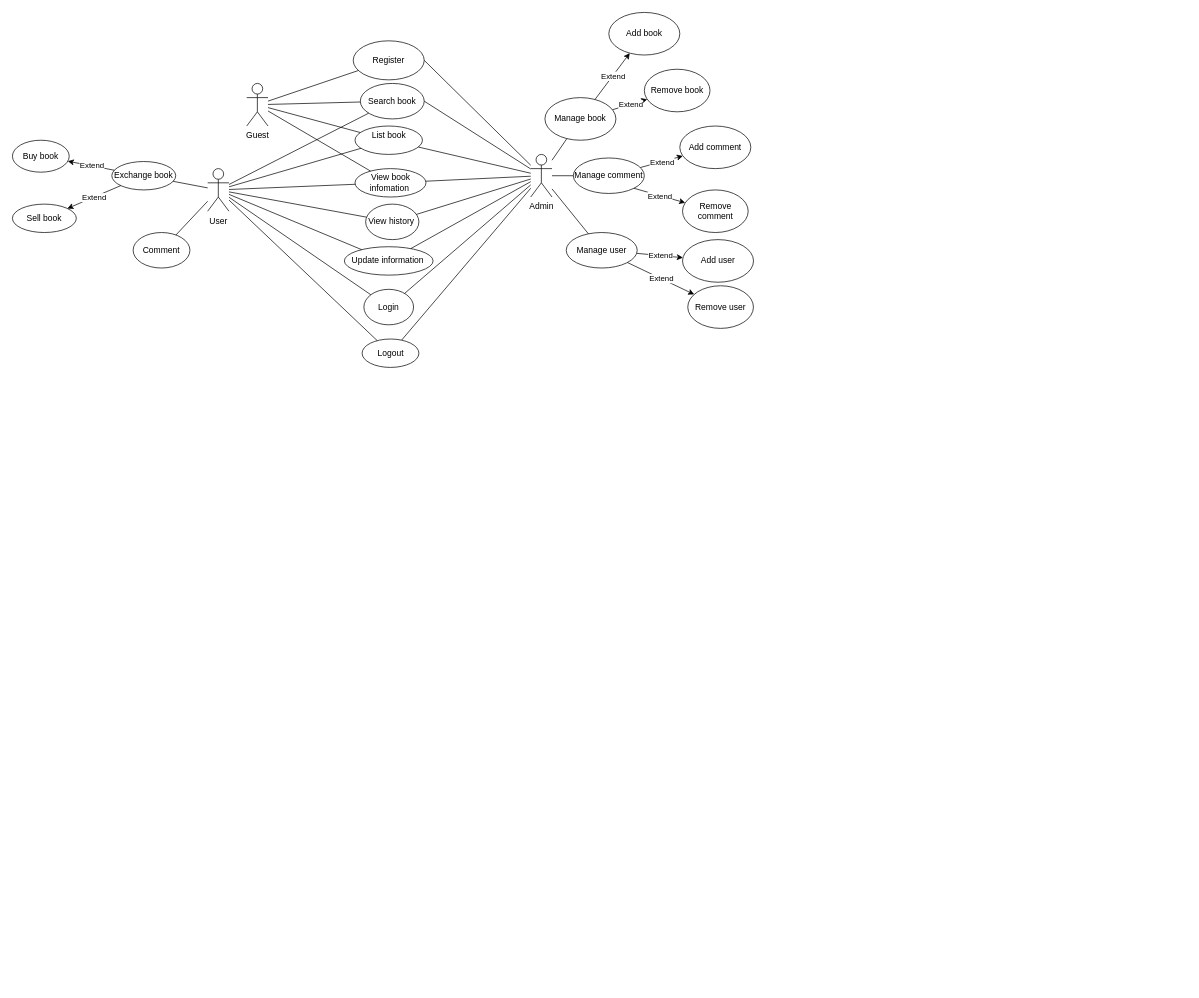
Before: Biểu đồ không có tiêu đề.drawio in huanthuytnhh/Official, a draw.io diagram. Source tidied: cells renumbered, new cells numbered last; positions are measured from the earlier drawing's top-left corner, leaving out a move shared by most shapes. Both pictures are drawn from the tidied source at 71%, with x=0, y=0 at pixel (12, 12).
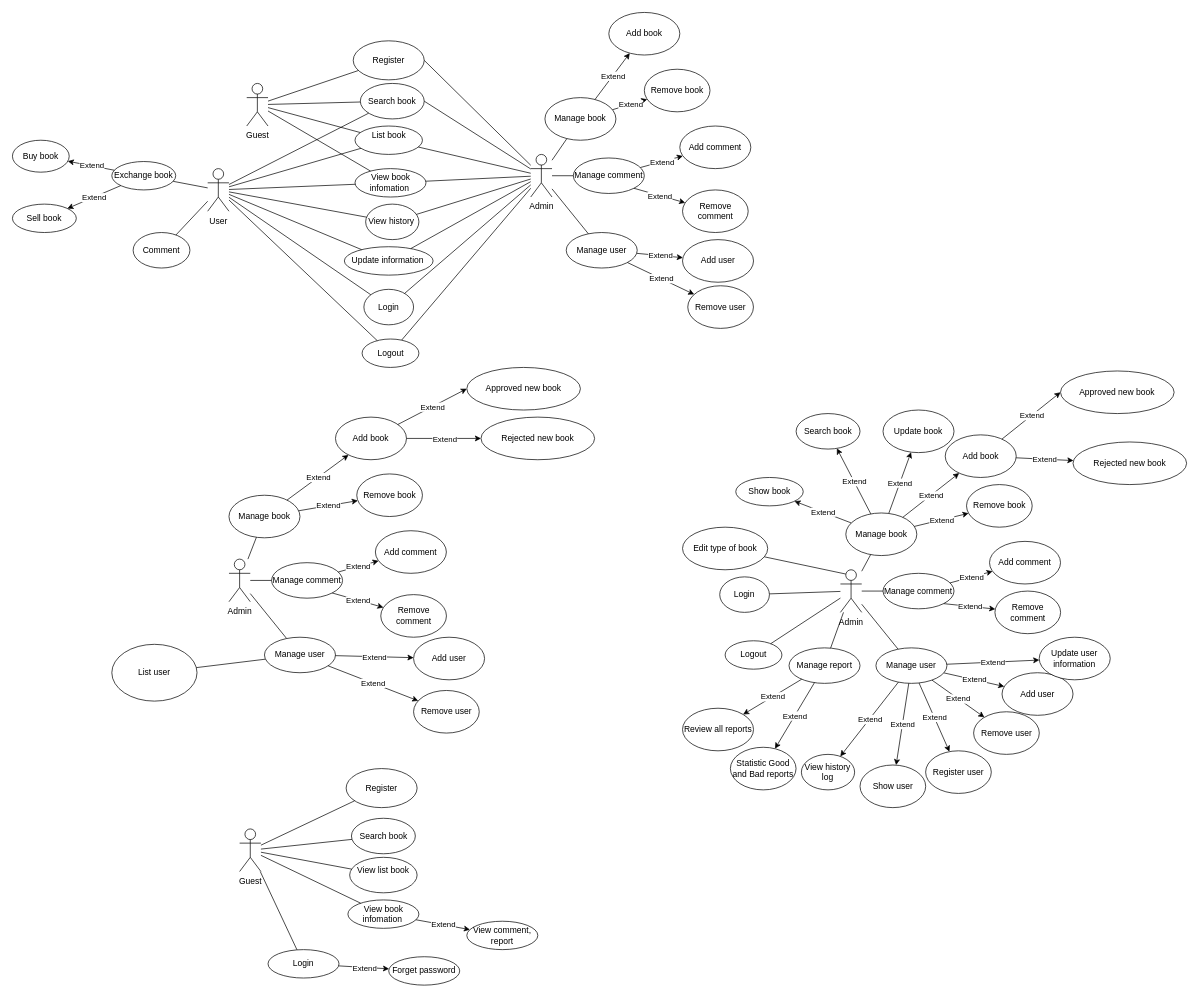
Above is the later version.

Commit message (it also covers changes not shown here):
Cập nhật Biểu đồ không có tiêu đề.drawio

The edit, as a diff of the source:
```diff
@@
+    <mxCell id="66" value="Admin&lt;div&gt;&lt;br&gt;&lt;/div&gt;" style="shape=umlActor;verticalLabelPosition=bottom;verticalAlign=top;html=1;outlineConnect=0;" parent="1" vertex="1">
+      <mxGeometry x="305" y="770" width="30" height="60" as="geometry" />
+    </mxCell>
+    <mxCell id="67" value="Manage user" style="ellipse;whiteSpace=wrap;html=1;" parent="1" vertex="1">
+      <mxGeometry x="355" y="880" width="100" height="50" as="geometry" />
+    </mxCell>
+    <mxCell id="68" value="Manage book" style="ellipse;whiteSpace=wrap;html=1;" parent="1" vertex="1">
+      <mxGeometry x="305" y="680" width="100" height="60" as="geometry" />
+    </mxCell>
+    <mxCell id="69" style="endArrow=none;html=1;rounded=0;" parent="1" edge="1" source="66" target="67">
+      <mxGeometry relative="1" as="geometry" />
+    </mxCell>
+    <mxCell id="70" value="Manage comment" style="ellipse;whiteSpace=wrap;html=1;" parent="1" vertex="1">
+      <mxGeometry x="365" y="775" width="100" height="50" as="geometry" />
+    </mxCell>
+    <mxCell id="71" style="endArrow=none;html=1;rounded=0;" parent="1" edge="1" source="70" target="66">
+      <mxGeometry relative="1" as="geometry" />
+    </mxCell>
+    <mxCell id="72" style="endArrow=none;html=1;rounded=0;" parent="1" edge="1" source="66" target="68">
+      <mxGeometry relative="1" as="geometry" />
+    </mxCell>
+    <mxCell id="73" style="endArrow=classic;html=1;rounded=0;" parent="1" edge="1" source="68" target="77">
+      <mxGeometry relative="1" as="geometry" />
+    </mxCell>
+    <mxCell id="74" value="Extend" style="edgeLabel;html=1;align=center;verticalAlign=middle;" parent="73" vertex="1">
+      <mxGeometry relative="1" as="geometry" />
+    </mxCell>
+    <mxCell id="75" style="endArrow=classic;html=1;rounded=0;" parent="1" edge="1" source="68" target="78">
+      <mxGeometry relative="1" as="geometry" />
+    </mxCell>
+    <mxCell id="76" value="Extend" style="edgeLabel;html=1;align=center;verticalAlign=middle;" parent="75" vertex="1">
+      <mxGeometry relative="1" as="geometry" />
+    </mxCell>
+    <mxCell id="77" value="Add book" style="ellipse;whiteSpace=wrap;html=1;" parent="1" vertex="1">
+      <mxGeometry x="455" y="570" width="100" height="60" as="geometry" />
+    </mxCell>
+    <mxCell id="78" value="Remove book" style="ellipse;whiteSpace=wrap;html=1;" parent="1" vertex="1">
+      <mxGeometry x="485" y="650" width="92.5" height="60" as="geometry" />
+    </mxCell>
+    <mxCell id="79" style="endArrow=classic;html=1;rounded=0;" parent="1" edge="1" source="70" target="83">
+      <mxGeometry relative="1" as="geometry" />
+    </mxCell>
+    <mxCell id="80" value="Extend" style="edgeLabel;html=1;align=center;verticalAlign=middle;" parent="79" vertex="1">
+      <mxGeometry relative="1" as="geometry" />
+    </mxCell>
+    <mxCell id="81" style="endArrow=classic;html=1;rounded=0;exitX=1;exitY=1;exitDx=0;exitDy=0;" parent="1" edge="1" source="70" target="84">
+      <mxGeometry relative="1" as="geometry" />
+    </mxCell>
+    <mxCell id="82" value="Extend" style="edgeLabel;html=1;align=center;verticalAlign=middle;" parent="81" vertex="1">
+      <mxGeometry relative="1" as="geometry" />
+    </mxCell>
+    <mxCell id="83" value="Add comment" style="ellipse;whiteSpace=wrap;html=1;" parent="1" vertex="1">
+      <mxGeometry x="511.2" y="730" width="100" height="60" as="geometry" />
+    </mxCell>
+    <mxCell id="84" value="Remove comment" style="ellipse;whiteSpace=wrap;html=1;" parent="1" vertex="1">
+      <mxGeometry x="518.8" y="820" width="92.5" height="60" as="geometry" />
+    </mxCell>
+    <mxCell id="85" style="endArrow=classic;html=1;rounded=0;" parent="1" edge="1" source="67" target="89">
+      <mxGeometry relative="1" as="geometry" />
+    </mxCell>
+    <mxCell id="86" value="Extend" style="edgeLabel;html=1;align=center;verticalAlign=middle;" parent="85" vertex="1">
+      <mxGeometry relative="1" as="geometry" />
+    </mxCell>
+    <mxCell id="87" style="endArrow=classic;html=1;rounded=0;" parent="1" edge="1" source="67" target="90">
+      <mxGeometry relative="1" as="geometry" />
+    </mxCell>
+    <mxCell id="88" value="Extend" style="edgeLabel;html=1;align=center;verticalAlign=middle;" parent="87" vertex="1">
+      <mxGeometry relative="1" as="geometry" />
+    </mxCell>
+    <mxCell id="89" value="Add user" style="ellipse;whiteSpace=wrap;html=1;" parent="1" vertex="1">
+      <mxGeometry x="565" y="880" width="100" height="60" as="geometry" />
+    </mxCell>
+    <mxCell id="90" value="Remove user" style="ellipse;whiteSpace=wrap;html=1;" parent="1" vertex="1">
+      <mxGeometry x="565" y="955" width="92.5" height="60" as="geometry" />
+    </mxCell>
+    <mxCell id="91" value="List user" style="ellipse;whiteSpace=wrap;html=1;" parent="1" vertex="1">
+      <mxGeometry x="140" y="890" width="120" height="80" as="geometry" />
+    </mxCell>
+    <mxCell id="92" style="endArrow=none;html=1;rounded=0;" parent="1" edge="1" source="91" target="67">
+      <mxGeometry relative="1" as="geometry" />
+    </mxCell>
+    <mxCell id="93" style="endArrow=classic;html=1;rounded=0;entryX=0;entryY=0.5;entryDx=0;entryDy=0;" parent="1" edge="1" source="77" target="97">
+      <mxGeometry relative="1" as="geometry" />
+    </mxCell>
+    <mxCell id="94" value="Extend" style="edgeLabel;html=1;align=center;verticalAlign=middle;" parent="93" vertex="1">
+      <mxGeometry relative="1" as="geometry" />
+    </mxCell>
+    <mxCell id="95" style="endArrow=classic;html=1;rounded=0;" parent="1" edge="1" source="77" target="98">
+      <mxGeometry relative="1" as="geometry" />
+    </mxCell>
+    <mxCell id="96" value="Extend" style="edgeLabel;html=1;align=center;verticalAlign=middle;" parent="95" vertex="1">
+      <mxGeometry relative="1" as="geometry" />
+    </mxCell>
+    <mxCell id="97" value="Approved new book" style="ellipse;whiteSpace=wrap;html=1;" parent="1" vertex="1">
+      <mxGeometry x="640" y="500" width="160" height="60" as="geometry" />
+    </mxCell>
+    <mxCell id="98" value="Rejected new book" style="ellipse;whiteSpace=wrap;html=1;" parent="1" vertex="1">
+      <mxGeometry x="660" y="570" width="160" height="60" as="geometry" />
+    </mxCell>
+    <mxCell id="99" value="Admin&lt;div&gt;&lt;br&gt;&lt;/div&gt;" style="shape=umlActor;verticalLabelPosition=bottom;verticalAlign=top;html=1;outlineConnect=0;" parent="1" vertex="1">
+      <mxGeometry x="1166.2" y="785" width="30" height="60" as="geometry" />
+    </mxCell>
+    <mxCell id="100" value="Login" style="ellipse;whiteSpace=wrap;html=1;" parent="1" vertex="1">
+      <mxGeometry x="996.2" y="795" width="70" height="50" as="geometry" />
+    </mxCell>
+    <mxCell id="101" value="Manage user" style="ellipse;whiteSpace=wrap;html=1;" parent="1" vertex="1">
+      <mxGeometry x="1216.2" y="895" width="100" height="50" as="geometry" />
+    </mxCell>
+    <mxCell id="102" value="Manage book" style="ellipse;whiteSpace=wrap;html=1;" parent="1" vertex="1">
+      <mxGeometry x="1173.8" y="705" width="100" height="60" as="geometry" />
+    </mxCell>
+    <mxCell id="103" value="Search book" style="ellipse;whiteSpace=wrap;html=1;" parent="1" vertex="1">
+      <mxGeometry x="1103.8" y="565" width="90" height="50" as="geometry" />
+    </mxCell>
+    <mxCell id="104" value="Logout" style="ellipse;whiteSpace=wrap;html=1;" parent="1" vertex="1">
+      <mxGeometry x="1003.8" y="885" width="80" height="40" as="geometry" />
+    </mxCell>
+    <mxCell id="105" value="View history log" style="ellipse;whiteSpace=wrap;html=1;" parent="1" vertex="1">
+      <mxGeometry x="1111.2" y="1045" width="75" height="50" as="geometry" />
+    </mxCell>
+    <mxCell id="106" style="endArrow=none;html=1;rounded=0;" parent="1" edge="1" source="100" target="99">
+      <mxGeometry relative="1" as="geometry" />
+    </mxCell>
+    <mxCell id="107" style="endArrow=none;html=1;rounded=0;" parent="1" edge="1" source="104" target="99">
+      <mxGeometry relative="1" as="geometry" />
+    </mxCell>
+    <mxCell id="108" style="endArrow=none;html=1;rounded=0;" parent="1" edge="1" source="99" target="101">
+      <mxGeometry relative="1" as="geometry" />
+    </mxCell>
+    <mxCell id="109" value="Manage comment" style="ellipse;whiteSpace=wrap;html=1;" parent="1" vertex="1">
+      <mxGeometry x="1226.2" y="790" width="100" height="50" as="geometry" />
+    </mxCell>
+    <mxCell id="110" style="endArrow=none;html=1;rounded=0;" parent="1" edge="1" source="109" target="99">
+      <mxGeometry relative="1" as="geometry" />
+    </mxCell>
+    <mxCell id="111" style="endArrow=none;html=1;rounded=0;" parent="1" edge="1" source="99" target="102">
+      <mxGeometry relative="1" as="geometry" />
+    </mxCell>
+    <mxCell id="112" value="&lt;div&gt;Show book&lt;/div&gt;" style="ellipse;whiteSpace=wrap;html=1;" parent="1" vertex="1">
+      <mxGeometry x="1018.8" y="655" width="95" height="40" as="geometry" />
+    </mxCell>
+    <mxCell id="113" style="endArrow=classic;html=1;rounded=0;" parent="1" edge="1" source="102" target="130">
+      <mxGeometry relative="1" as="geometry" />
+    </mxCell>
+    <mxCell id="114" value="Extend" style="edgeLabel;html=1;align=center;verticalAlign=middle;" parent="113" vertex="1">
+      <mxGeometry relative="1" as="geometry" />
+    </mxCell>
+    <mxCell id="115" style="endArrow=classic;html=1;rounded=0;" parent="1" edge="1" source="102" target="117">
+      <mxGeometry relative="1" as="geometry" />
+    </mxCell>
+    <mxCell id="116" value="Extend" style="edgeLabel;html=1;align=center;verticalAlign=middle;" parent="115" vertex="1">
+      <mxGeometry relative="1" as="geometry" />
+    </mxCell>
+    <mxCell id="117" value="Remove book" style="ellipse;whiteSpace=wrap;html=1;" parent="1" vertex="1">
+      <mxGeometry x="1343.8" y="665" width="92.5" height="60" as="geometry" />
+    </mxCell>
+    <mxCell id="118" style="endArrow=classic;html=1;rounded=0;" parent="1" edge="1" source="109" target="122">
+      <mxGeometry relative="1" as="geometry" />
+    </mxCell>
+    <mxCell id="119" value="Extend" style="edgeLabel;html=1;align=center;verticalAlign=middle;" parent="118" vertex="1">
+      <mxGeometry relative="1" as="geometry" />
+    </mxCell>
+    <mxCell id="120" style="endArrow=classic;html=1;rounded=0;exitX=1;exitY=1;exitDx=0;exitDy=0;" parent="1" edge="1" source="109" target="123">
+      <mxGeometry relative="1" as="geometry" />
+    </mxCell>
+    <mxCell id="121" value="Extend" style="edgeLabel;html=1;align=center;verticalAlign=middle;" parent="120" vertex="1">
+      <mxGeometry relative="1" as="geometry" />
+    </mxCell>
+    <mxCell id="122" value="Add comment" style="ellipse;whiteSpace=wrap;html=1;" parent="1" vertex="1">
+      <mxGeometry x="1376.2" y="745" width="100" height="60" as="geometry" />
+    </mxCell>
+    <mxCell id="123" value="Remove comment" style="ellipse;whiteSpace=wrap;html=1;" parent="1" vertex="1">
+      <mxGeometry x="1383.8" y="815" width="92.5" height="60" as="geometry" />
+    </mxCell>
+    <mxCell id="124" style="endArrow=classic;html=1;rounded=0;" parent="1" edge="1" source="101" target="128">
+      <mxGeometry relative="1" as="geometry" />
+    </mxCell>
+    <mxCell id="125" value="Extend" style="edgeLabel;html=1;align=center;verticalAlign=middle;" parent="124" vertex="1">
+      <mxGeometry relative="1" as="geometry" />
+    </mxCell>
+    <mxCell id="126" style="endArrow=classic;html=1;rounded=0;" parent="1" edge="1" source="101" target="129">
+      <mxGeometry relative="1" as="geometry" />
+    </mxCell>
+    <mxCell id="127" value="Extend" style="edgeLabel;html=1;align=center;verticalAlign=middle;" parent="126" vertex="1">
+      <mxGeometry relative="1" as="geometry" />
+    </mxCell>
+    <mxCell id="128" value="Add user" style="ellipse;whiteSpace=wrap;html=1;" parent="1" vertex="1">
+      <mxGeometry x="1393.8" y="930" width="100" height="60" as="geometry" />
+    </mxCell>
+    <mxCell id="129" value="Remove user" style="ellipse;whiteSpace=wrap;html=1;" parent="1" vertex="1">
+      <mxGeometry x="1353.8" y="985" width="92.5" height="60" as="geometry" />
+    </mxCell>
+    <mxCell id="130" value="Add book" style="ellipse;whiteSpace=wrap;html=1;" parent="1" vertex="1">
+      <mxGeometry x="1313.8" y="595" width="100" height="60" as="geometry" />
+    </mxCell>
+    <mxCell id="131" style="endArrow=classic;html=1;rounded=0;entryX=0;entryY=0.5;entryDx=0;entryDy=0;" parent="1" edge="1" source="130" target="135">
+      <mxGeometry relative="1" as="geometry" />
+    </mxCell>
+    <mxCell id="132" value="Extend" style="edgeLabel;html=1;align=center;verticalAlign=middle;" parent="131" vertex="1">
+      <mxGeometry relative="1" as="geometry" />
+    </mxCell>
+    <mxCell id="133" style="endArrow=classic;html=1;rounded=0;" parent="1" edge="1" source="130" target="136">
+      <mxGeometry relative="1" as="geometry" />
+    </mxCell>
+    <mxCell id="134" value="Extend" style="edgeLabel;html=1;align=center;verticalAlign=middle;" parent="133" vertex="1">
+      <mxGeometry relative="1" as="geometry" />
+    </mxCell>
+    <mxCell id="135" value="Approved new book" style="ellipse;whiteSpace=wrap;html=1;" parent="1" vertex="1">
+      <mxGeometry x="1476.2" y="505" width="160" height="60" as="geometry" />
+    </mxCell>
+    <mxCell id="136" value="Rejected new book" style="ellipse;whiteSpace=wrap;html=1;" parent="1" vertex="1">
+      <mxGeometry x="1493.8" y="605" width="160" height="60" as="geometry" />
+    </mxCell>
+    <mxCell id="137" style="endArrow=classic;html=1;rounded=0;" parent="1" edge="1" source="102" target="139">
+      <mxGeometry relative="1" as="geometry" />
+    </mxCell>
+    <mxCell id="138" value="Extend" style="edgeLabel;html=1;align=center;verticalAlign=middle;" parent="137" vertex="1">
+      <mxGeometry relative="1" as="geometry" />
+    </mxCell>
+    <mxCell id="139" value="Update book" style="ellipse;whiteSpace=wrap;html=1;" parent="1" vertex="1">
+      <mxGeometry x="1226.2" y="560" width="100" height="60" as="geometry" />
+    </mxCell>
+    <mxCell id="140" style="endArrow=classic;html=1;rounded=0;" parent="1" edge="1" source="102" target="103">
+      <mxGeometry relative="1" as="geometry" />
+    </mxCell>
+    <mxCell id="141" value="Extend" style="edgeLabel;html=1;align=center;verticalAlign=middle;" parent="140" vertex="1">
+      <mxGeometry relative="1" as="geometry" />
+    </mxCell>
+    <mxCell id="142" style="endArrow=classic;html=1;rounded=0;" parent="1" edge="1" source="101" target="144">
+      <mxGeometry relative="1" as="geometry" />
+    </mxCell>
+    <mxCell id="143" value="Extend" style="edgeLabel;html=1;align=center;verticalAlign=middle;" parent="142" vertex="1">
+      <mxGeometry relative="1" as="geometry" />
+    </mxCell>
+    <mxCell id="144" value="Register user" style="ellipse;whiteSpace=wrap;html=1;" parent="1" vertex="1">
+      <mxGeometry x="1286.2" y="1040" width="92.5" height="60" as="geometry" />
+    </mxCell>
+    <mxCell id="145" style="endArrow=classic;html=1;rounded=0;" parent="1" edge="1" source="101" target="147">
+      <mxGeometry relative="1" as="geometry" />
+    </mxCell>
+    <mxCell id="146" value="Extend" style="edgeLabel;html=1;align=center;verticalAlign=middle;" parent="145" vertex="1">
+      <mxGeometry relative="1" as="geometry" />
+    </mxCell>
+    <mxCell id="147" value="Show user" style="ellipse;whiteSpace=wrap;html=1;" parent="1" vertex="1">
+      <mxGeometry x="1193.8" y="1060" width="92.5" height="60" as="geometry" />
+    </mxCell>
+    <mxCell id="148" style="endArrow=classic;html=1;rounded=0;" parent="1" edge="1" source="102" target="112">
+      <mxGeometry relative="1" as="geometry" />
+    </mxCell>
+    <mxCell id="149" value="Extend" style="edgeLabel;html=1;align=center;verticalAlign=middle;" parent="148" vertex="1">
+      <mxGeometry relative="1" as="geometry" />
+    </mxCell>
+    <mxCell id="150" style="endArrow=classic;html=1;rounded=0;" parent="1" edge="1" source="101" target="105">
+      <mxGeometry relative="1" as="geometry" />
+    </mxCell>
+    <mxCell id="151" value="Extend" style="edgeLabel;html=1;align=center;verticalAlign=middle;" parent="150" vertex="1">
+      <mxGeometry relative="1" as="geometry" />
+    </mxCell>
+    <mxCell id="152" style="endArrow=classic;html=1;rounded=0;" parent="1" edge="1" source="101" target="154">
+      <mxGeometry relative="1" as="geometry" />
+    </mxCell>
+    <mxCell id="153" value="Extend" style="edgeLabel;html=1;align=center;verticalAlign=middle;" parent="152" vertex="1">
+      <mxGeometry relative="1" as="geometry" />
+    </mxCell>
+    <mxCell id="154" value="Update user information" style="ellipse;whiteSpace=wrap;html=1;" parent="1" vertex="1">
+      <mxGeometry x="1446.2" y="880" width="100" height="60" as="geometry" />
+    </mxCell>
+    <mxCell id="155" style="edgeStyle=orthogonalEdgeStyle;rounded=0;orthogonalLoop=1;jettySize=auto;html=1;exitX=0.5;exitY=1;exitDx=0;exitDy=0;" parent="1" edge="1" source="104" target="104">
+      <mxGeometry relative="1" as="geometry" />
+    </mxCell>
+    <mxCell id="156" value="Edit type of book" style="ellipse;whiteSpace=wrap;html=1;" parent="1" vertex="1">
+      <mxGeometry x="943.8" y="725" width="120" height="60" as="geometry" />
+    </mxCell>
+    <mxCell id="157" style="endArrow=none;html=1;rounded=0;entryX=0.25;entryY=0.1;entryDx=0;entryDy=0;entryPerimeter=0;" parent="1" edge="1" source="156" target="99">
+      <mxGeometry relative="1" as="geometry" />
+    </mxCell>
+    <mxCell id="158" value="Manage report" style="ellipse;whiteSpace=wrap;html=1;" parent="1" vertex="1">
+      <mxGeometry x="1093.8" y="895" width="100" height="50" as="geometry" />
+    </mxCell>
+    <mxCell id="159" style="endArrow=classic;html=1;rounded=0;" parent="1" edge="1" source="158" target="163">
+      <mxGeometry relative="1" as="geometry" />
+    </mxCell>
+    <mxCell id="160" value="Extend" style="edgeLabel;html=1;align=center;verticalAlign=middle;" parent="159" vertex="1">
+      <mxGeometry relative="1" as="geometry" />
+    </mxCell>
+    <mxCell id="161" style="endArrow=classic;html=1;rounded=0;" parent="1" edge="1" source="158" target="164">
+      <mxGeometry relative="1" as="geometry" />
+    </mxCell>
+    <mxCell id="162" value="Extend" style="edgeLabel;html=1;align=center;verticalAlign=middle;" parent="161" vertex="1">
+      <mxGeometry relative="1" as="geometry" />
+    </mxCell>
+    <mxCell id="163" value="Review all reports" style="ellipse;whiteSpace=wrap;html=1;" parent="1" vertex="1">
+      <mxGeometry x="943.8" y="980" width="100" height="60" as="geometry" />
+    </mxCell>
+    <mxCell id="164" value="Statistic Good and Bad reports" style="ellipse;whiteSpace=wrap;html=1;" parent="1" vertex="1">
+      <mxGeometry x="1011.2" y="1035" width="92.5" height="60" as="geometry" />
+    </mxCell>
+    <mxCell id="165" style="endArrow=none;html=1;rounded=0;" parent="1" edge="1" source="158" target="99">
+      <mxGeometry relative="1" as="geometry" />
+    </mxCell>
+    <mxCell id="166" value="Guest" style="shape=umlActor;verticalLabelPosition=bottom;verticalAlign=top;html=1;outlineConnect=0;" parent="1" vertex="1">
+      <mxGeometry x="320" y="1150" width="30" height="60" as="geometry" />
+    </mxCell>
+    <mxCell id="167" value="View book infomation&amp;nbsp;" style="ellipse;whiteSpace=wrap;html=1;" parent="1" vertex="1">
+      <mxGeometry x="472.5" y="1250" width="100" height="40" as="geometry" />
+    </mxCell>
+    <mxCell id="168" value="Register" style="ellipse;whiteSpace=wrap;html=1;" parent="1" vertex="1">
+      <mxGeometry x="470" y="1065" width="100" height="55" as="geometry" />
+    </mxCell>
+    <mxCell id="169" value="Search book" style="ellipse;whiteSpace=wrap;html=1;" parent="1" vertex="1">
+      <mxGeometry x="477.5" y="1135" width="90" height="50" as="geometry" />
+    </mxCell>
+    <mxCell id="170" style="endArrow=none;html=1;rounded=0;" parent="1" edge="1" source="168" target="166">
+      <mxGeometry relative="1" as="geometry" />
+    </mxCell>
+    <mxCell id="171" style="endArrow=none;html=1;rounded=0;" parent="1" edge="1" source="166" target="169">
+      <mxGeometry relative="1" as="geometry" />
+    </mxCell>
+    <mxCell id="172" style="endArrow=none;html=1;rounded=0;" parent="1" edge="1" source="166" target="167">
+      <mxGeometry relative="1" as="geometry" />
+    </mxCell>
+    <mxCell id="173" value="View list book&lt;div&gt;&lt;br&gt;&lt;/div&gt;" style="ellipse;whiteSpace=wrap;html=1;" parent="1" vertex="1">
+      <mxGeometry x="475" y="1190" width="95" height="50" as="geometry" />
+    </mxCell>
+    <mxCell id="174" style="endArrow=none;html=1;rounded=0;" parent="1" edge="1" source="166" target="173">
+      <mxGeometry relative="1" as="geometry" />
+    </mxCell>
+    <mxCell id="175" value="Login" style="ellipse;whiteSpace=wrap;html=1;" parent="1" vertex="1">
+      <mxGeometry x="360" y="1320" width="100" height="40" as="geometry" />
+    </mxCell>
+    <mxCell id="176" style="endArrow=none;html=1;rounded=0;" parent="1" edge="1" source="166" target="175">
+      <mxGeometry relative="1" as="geometry" />
+    </mxCell>
+    <mxCell id="177" value="Forget password" style="ellipse;whiteSpace=wrap;html=1;" parent="1" vertex="1">
+      <mxGeometry x="530" y="1330" width="100" height="40" as="geometry" />
+    </mxCell>
+    <mxCell id="178" style="endArrow=classic;html=1;rounded=0;" parent="1" edge="1" source="175" target="177">
+      <mxGeometry relative="1" as="geometry" />
+    </mxCell>
+    <mxCell id="179" value="Extend" style="edgeLabel;html=1;align=center;verticalAlign=middle;" parent="178" vertex="1">
+      <mxGeometry relative="1" as="geometry" />
+    </mxCell>
+    <mxCell id="180" style="endArrow=classic;html=1;rounded=0;" parent="1" edge="1" source="167" target="182">
+      <mxGeometry relative="1" as="geometry" />
+    </mxCell>
+    <mxCell id="181" value="Extend" style="edgeLabel;html=1;align=center;verticalAlign=middle;" parent="180" vertex="1">
+      <mxGeometry relative="1" as="geometry" />
+    </mxCell>
+    <mxCell id="182" value="View comment, report" style="ellipse;whiteSpace=wrap;html=1;" parent="1" vertex="1">
+      <mxGeometry x="640" y="1280" width="100" height="40" as="geometry" />
+    </mxCell>
```
